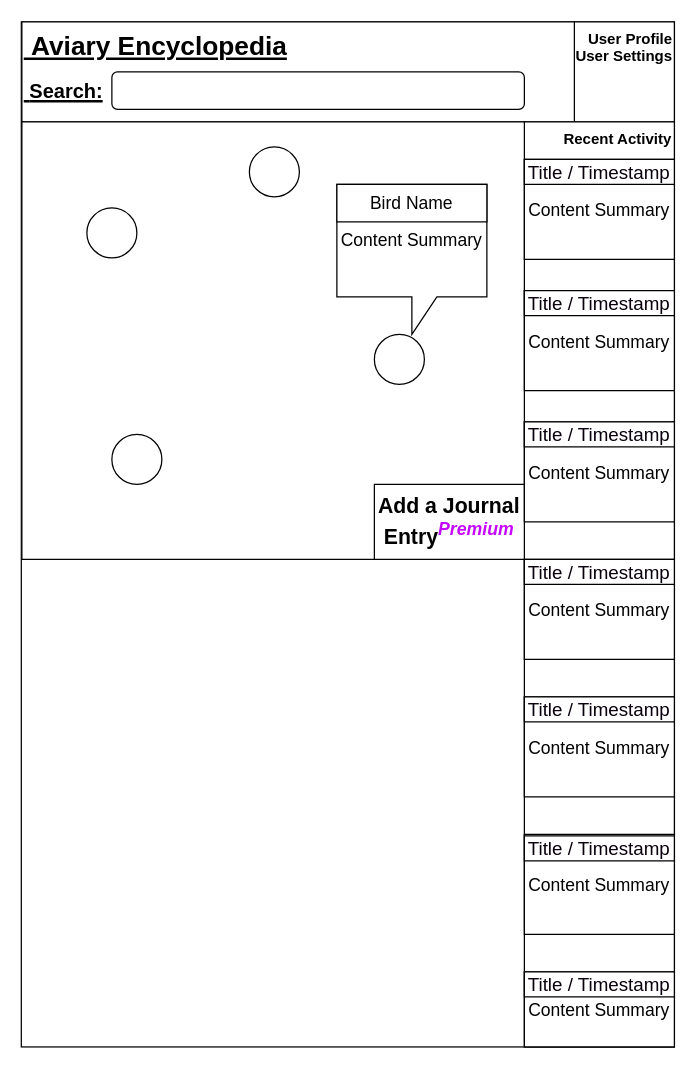
This is siteGUI.drawio from 221205-test-engineering/Aviary-Build-A-Site, a draw.io file, before an edit. Source tidied: cells renumbered, new cells numbered last; positions are measured from the earlier drawing's top-left corner, leaving out a move shared by most shapes. Both pictures are drawn from the tidied source at 125%, with x=0, y=0 at pixel (-165, 21).
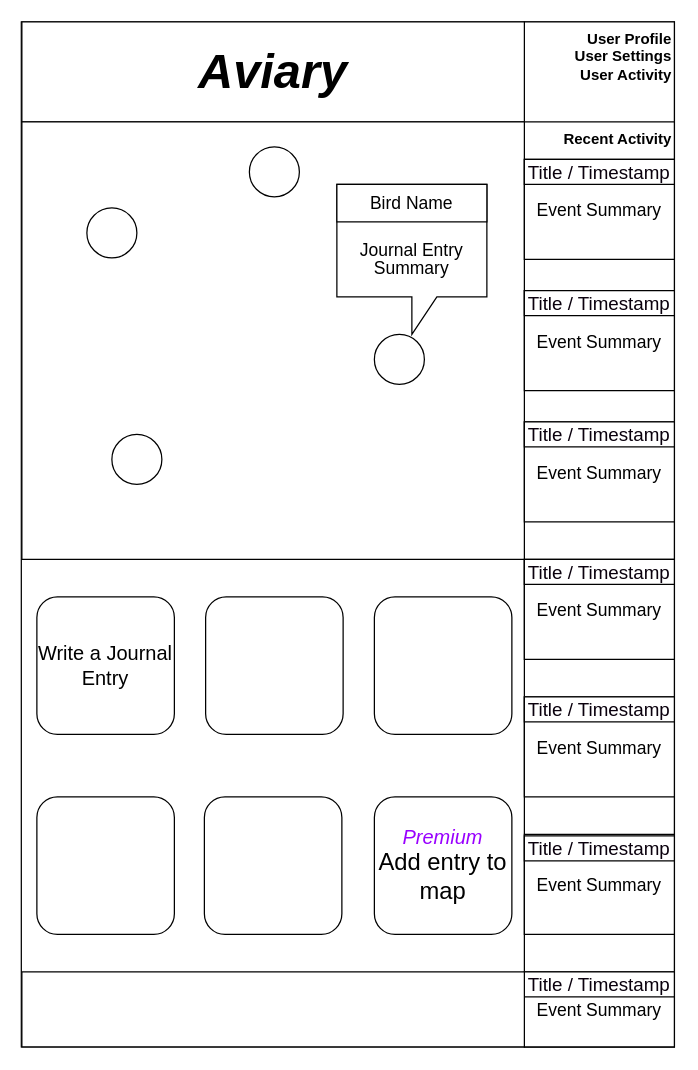
The same diagram, later.

The edit, as a diff of the source:
```diff
@@
-    <mxCell id="2" style="rounded=0;whiteSpace=wrap;html=1;rotation=90;" parent="1" vertex="1">
+    <mxCell id="2" style="rounded=0;whiteSpace=wrap;html=1;rotation=90;verticalAlign=top;align=left;" parent="1" vertex="1">
       <mxGeometry x="-0.2" y="148.8" width="820" height="522.5" as="geometry" />
     </mxCell>
-    <mxCell id="3" value="&lt;div style=&quot;text-align: right;&quot;&gt;&lt;span style=&quot;background-color: initial;&quot;&gt;User Profile&lt;/span&gt;&lt;/div&gt;&lt;div style=&quot;text-align: right;&quot;&gt;&lt;span style=&quot;background-color: initial;&quot;&gt;User Settings&lt;/span&gt;&lt;/div&gt;&lt;div style=&quot;text-align: right;&quot;&gt;&lt;span style=&quot;background-color: initial;&quot;&gt;&lt;br&gt;&lt;/span&gt;&lt;/div&gt;" style="whiteSpace=wrap;html=1;verticalAlign=top;fontStyle=1;fontFamily=Helvetica;" parent="1" vertex="1">
-      <mxGeometry x="591" width="80" height="80" as="geometry" />
+    <mxCell id="3" value="&lt;div style=&quot;&quot;&gt;&lt;span style=&quot;background-color: initial;&quot;&gt;User Profile&lt;/span&gt;&lt;/div&gt;&lt;div style=&quot;&quot;&gt;&lt;span style=&quot;background-color: initial;&quot;&gt;User Settings&lt;/span&gt;&lt;/div&gt;&lt;div style=&quot;&quot;&gt;&lt;span style=&quot;background-color: initial;&quot;&gt;User Activity&lt;/span&gt;&lt;/div&gt;" style="whiteSpace=wrap;html=1;verticalAlign=top;fontStyle=1;fontFamily=Helvetica;align=right;" parent="1" vertex="1">
+      <mxGeometry x="551" width="120" height="120" as="geometry" />
     </mxCell>
-    <mxCell id="4" value="&lt;div style=&quot;text-align: center;&quot;&gt;&lt;span style=&quot;background-color: initial;&quot;&gt;&amp;nbsp;Aviary Encyclopedia&lt;/span&gt;&lt;/div&gt;&lt;p style=&quot;line-height: 10%;&quot;&gt;&lt;font style=&quot;font-size: 16px;&quot;&gt;&lt;span style=&quot;font-weight: normal;&quot;&gt;&amp;nbsp;&lt;/span&gt;Search:&lt;/font&gt;&lt;/p&gt;" style="rounded=0;whiteSpace=wrap;html=1;align=left;fontSize=21;fontStyle=5;verticalAlign=top;" parent="1" vertex="1">
-      <mxGeometry x="149" width="442" height="80" as="geometry" />
+    <mxCell id="4" value="&lt;font style=&quot;font-size: 39px;&quot;&gt;&lt;b&gt;&lt;i&gt;Aviary&lt;/i&gt;&lt;/b&gt;&lt;/font&gt;" style="rounded=0;whiteSpace=wrap;html=1;align=center;fontSize=21;fontStyle=0;verticalAlign=middle;" parent="1" vertex="1">
+      <mxGeometry x="149" width="402" height="80" as="geometry" />
     </mxCell>
@@
-    <mxCell id="7" value="&lt;font style=&quot;font-size: 17px;&quot;&gt;&lt;b&gt;Add a Journal Entry&lt;sup&gt;&lt;font color=&quot;#c508ff&quot;&gt;&lt;i&gt;Premium&lt;/i&gt;&lt;/font&gt;&lt;/sup&gt;&lt;/b&gt;&lt;/font&gt;" style="rounded=0;whiteSpace=wrap;html=1;align=center;" parent="1" vertex="1">
-      <mxGeometry x="431" y="370" width="120" height="60" as="geometry" />
-    </mxCell>
-    <mxCell id="8" style="rounded=1;whiteSpace=wrap;html=1;fontFamily=Helvetica;fontSize=15;" parent="1" vertex="1">
-      <mxGeometry x="221" y="40" width="330" height="30" as="geometry" />
-    </mxCell>
@@
-    <mxCell id="13" value="&lt;font style=&quot;font-size: 14px;&quot; color=&quot;#000000&quot;&gt;Content Summary&lt;/font&gt;" style="rounded=0;whiteSpace=wrap;html=1;fontFamily=Helvetica;fontSize=16;fontColor=#C508FF;" parent="1" vertex="1">
+    <mxCell id="13" value="&lt;font style=&quot;font-size: 14px;&quot; color=&quot;#000000&quot;&gt;Event Summary&lt;/font&gt;" style="rounded=0;whiteSpace=wrap;html=1;fontFamily=Helvetica;fontSize=16;fontColor=#C508FF;" parent="1" vertex="1">
       <mxGeometry x="551" y="110" width="120" height="80" as="geometry" />
     </mxCell>
-    <mxCell id="14" value="&lt;span style=&quot;color: rgb(0, 0, 0); font-size: 14px;&quot;&gt;Content Summary&lt;/span&gt;" style="rounded=0;whiteSpace=wrap;html=1;fontFamily=Helvetica;fontSize=16;fontColor=#C508FF;" parent="1" vertex="1">
+    <mxCell id="14" value="&lt;span style=&quot;color: rgb(0, 0, 0); font-size: 14px;&quot;&gt;Event Summary&lt;/span&gt;" style="rounded=0;whiteSpace=wrap;html=1;fontFamily=Helvetica;fontSize=16;fontColor=#C508FF;" parent="1" vertex="1">
       <mxGeometry x="551" y="215" width="120" height="80" as="geometry" />
     </mxCell>
-    <mxCell id="15" value="&lt;span style=&quot;color: rgb(0, 0, 0); font-size: 14px;&quot;&gt;Content Summary&lt;/span&gt;" style="rounded=0;whiteSpace=wrap;html=1;fontFamily=Helvetica;fontSize=16;fontColor=#C508FF;" parent="1" vertex="1">
+    <mxCell id="15" value="&lt;span style=&quot;color: rgb(0, 0, 0); font-size: 14px;&quot;&gt;Event Summary&lt;/span&gt;" style="rounded=0;whiteSpace=wrap;html=1;fontFamily=Helvetica;fontSize=16;fontColor=#C508FF;" parent="1" vertex="1">
       <mxGeometry x="551" y="320" width="120" height="80" as="geometry" />
     </mxCell>
-    <mxCell id="16" value="&lt;span style=&quot;color: rgb(0, 0, 0); font-size: 14px;&quot;&gt;Content Summary&lt;/span&gt;" style="rounded=0;whiteSpace=wrap;html=1;fontFamily=Helvetica;fontSize=16;fontColor=#C508FF;" parent="1" vertex="1">
+    <mxCell id="16" value="&lt;span style=&quot;color: rgb(0, 0, 0); font-size: 14px;&quot;&gt;Event Summary&lt;/span&gt;" style="rounded=0;whiteSpace=wrap;html=1;fontFamily=Helvetica;fontSize=16;fontColor=#C508FF;" parent="1" vertex="1">
       <mxGeometry x="551" y="430" width="120" height="80" as="geometry" />
     </mxCell>
-    <mxCell id="17" value="&lt;span style=&quot;color: rgb(0, 0, 0); font-size: 14px;&quot;&gt;Content Summary&lt;/span&gt;" style="rounded=0;whiteSpace=wrap;html=1;fontFamily=Helvetica;fontSize=16;fontColor=#C508FF;" parent="1" vertex="1">
+    <mxCell id="17" value="&lt;span style=&quot;color: rgb(0, 0, 0); font-size: 14px;&quot;&gt;Event Summary&lt;/span&gt;" style="rounded=0;whiteSpace=wrap;html=1;fontFamily=Helvetica;fontSize=16;fontColor=#C508FF;" parent="1" vertex="1">
       <mxGeometry x="551" y="540" width="120" height="80" as="geometry" />
     </mxCell>
-    <mxCell id="18" value="&lt;span style=&quot;color: rgb(0, 0, 0); font-size: 14px;&quot;&gt;Content Summary&lt;/span&gt;" style="rounded=0;whiteSpace=wrap;html=1;fontFamily=Helvetica;fontSize=16;fontColor=#C508FF;verticalAlign=middle;" parent="1" vertex="1">
+    <mxCell id="18" value="&lt;span style=&quot;color: rgb(0, 0, 0); font-size: 14px;&quot;&gt;Event Summary&lt;/span&gt;" style="rounded=0;whiteSpace=wrap;html=1;fontFamily=Helvetica;fontSize=16;fontColor=#C508FF;verticalAlign=middle;" parent="1" vertex="1">
       <mxGeometry x="551" y="650" width="120" height="80" as="geometry" />
     </mxCell>
-    <mxCell id="19" value="&lt;span style=&quot;color: rgb(0, 0, 0); font-size: 14px;&quot;&gt;Content Summary&lt;/span&gt;" style="rounded=0;whiteSpace=wrap;html=1;fontFamily=Helvetica;fontSize=16;fontColor=#C508FF;" parent="1" vertex="1">
+    <mxCell id="19" value="&lt;span style=&quot;color: rgb(0, 0, 0); font-size: 14px;&quot;&gt;Event Summary&lt;/span&gt;" style="rounded=0;whiteSpace=wrap;html=1;fontFamily=Helvetica;fontSize=16;fontColor=#C508FF;" parent="1" vertex="1">
       <mxGeometry x="551" y="760" width="120" height="60" as="geometry" />
     </mxCell>
@@
-    <mxCell id="27" value="Content Summary" style="shape=callout;whiteSpace=wrap;html=1;perimeter=calloutPerimeter;fontFamily=Helvetica;fontSize=14;fontColor=#000000;" parent="1" vertex="1">
+    <mxCell id="27" value="&lt;p style=&quot;line-height: 100%;&quot;&gt;Journal Entry Summary&lt;/p&gt;" style="shape=callout;whiteSpace=wrap;html=1;perimeter=calloutPerimeter;fontFamily=Helvetica;fontSize=14;fontColor=#000000;verticalAlign=bottom;" parent="1" vertex="1">
       <mxGeometry x="401" y="130" width="120" height="120" as="geometry" />
     </mxCell>
@@
+    <mxCell id="29" style="rounded=1;whiteSpace=wrap;html=1;fontFamily=Helvetica;fontSize=39;fontColor=#000000;" parent="1" vertex="1">
+      <mxGeometry x="431" y="460" width="110" height="110" as="geometry" />
+    </mxCell>
+    <mxCell id="30" style="rounded=1;whiteSpace=wrap;html=1;fontFamily=Helvetica;fontSize=39;fontColor=#000000;" parent="1" vertex="1">
+      <mxGeometry x="296" y="460" width="110" height="110" as="geometry" />
+    </mxCell>
+    <mxCell id="31" value="Write a Journal Entry" style="rounded=1;whiteSpace=wrap;html=1;fontFamily=Helvetica;fontSize=16;fontColor=#000000;" parent="1" vertex="1">
+      <mxGeometry x="161" y="460" width="110" height="110" as="geometry" />
+    </mxCell>
+    <mxCell id="32" style="rounded=1;whiteSpace=wrap;html=1;fontFamily=Helvetica;fontSize=39;fontColor=#000000;" parent="1" vertex="1">
+      <mxGeometry x="161" y="620" width="110" height="110" as="geometry" />
+    </mxCell>
+    <mxCell id="33" style="rounded=1;whiteSpace=wrap;html=1;fontFamily=Helvetica;fontSize=39;fontColor=#000000;" parent="1" vertex="1">
+      <mxGeometry x="295" y="620" width="110" height="110" as="geometry" />
+    </mxCell>
+    <mxCell id="34" value="&lt;div style=&quot;&quot;&gt;&lt;font color=&quot;#9900ff&quot;&gt;&lt;i&gt;Premium&lt;/i&gt;&lt;/font&gt;&lt;/div&gt;&lt;div style=&quot;&quot;&gt;&lt;span style=&quot;background-color: initial; font-size: 19px;&quot;&gt;Add entry to map&lt;/span&gt;&lt;/div&gt;" style="rounded=1;whiteSpace=wrap;html=1;fontFamily=Helvetica;fontSize=16;fontColor=#000000;" parent="1" vertex="1">
+      <mxGeometry x="431" y="620" width="110" height="110" as="geometry" />
+    </mxCell>
+    <mxCell id="35" style="rounded=0;whiteSpace=wrap;html=1;fontFamily=Helvetica;fontSize=39;fontColor=#000000;" parent="1" vertex="1">
+      <mxGeometry x="149" y="760" width="402" height="60" as="geometry" />
+    </mxCell>
```
